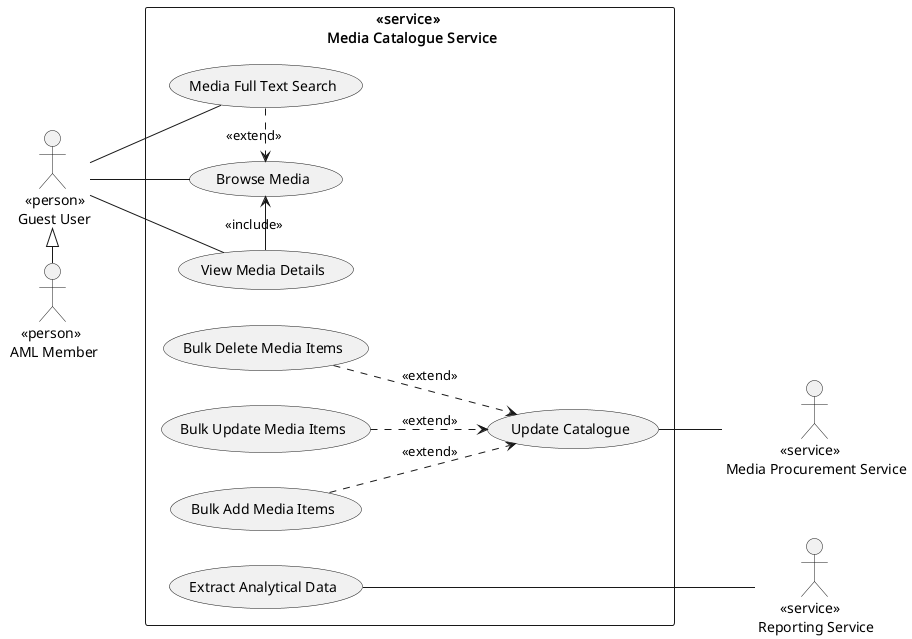
This is documentation/use-cases/media-catalogue/media-catalogue.png from Nox-iv/group-11, a PlantUML export, as it was before one commit.
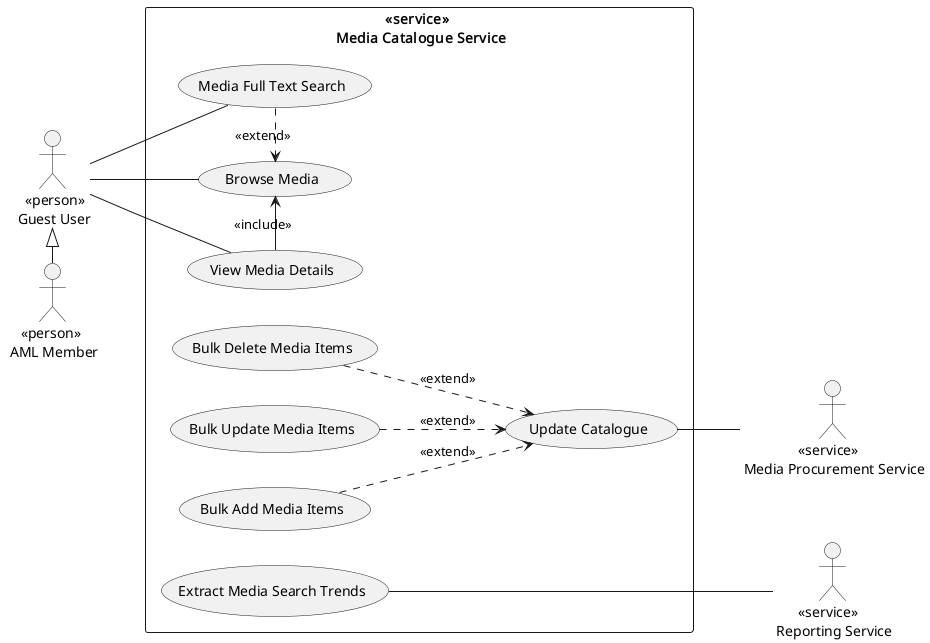
After the change.

Commit message:
Make extract analytical data use case more precise.

Diff of the diagram source:
```diff
@@ -10,7 +10,7 @@
     (Bulk Add Media Items) as bulk_add
     (Bulk Update Media Items) as bulk_update
     (Bulk Delete Media Items) as bulk_delete
-    (Extract Analytical Data) as export_data
+    (Extract Media Search Trends) as export_search_trends
 }
 
 :   <<person>> \n Guest User: as guest_user
@@ -31,6 +31,6 @@
 guest_user -- view_media
 
 update_catalogue -d- media_procurement_service
-export_data -d-- reporting_service
+export_search_trends -d-- reporting_service
 
 @enduml
```
